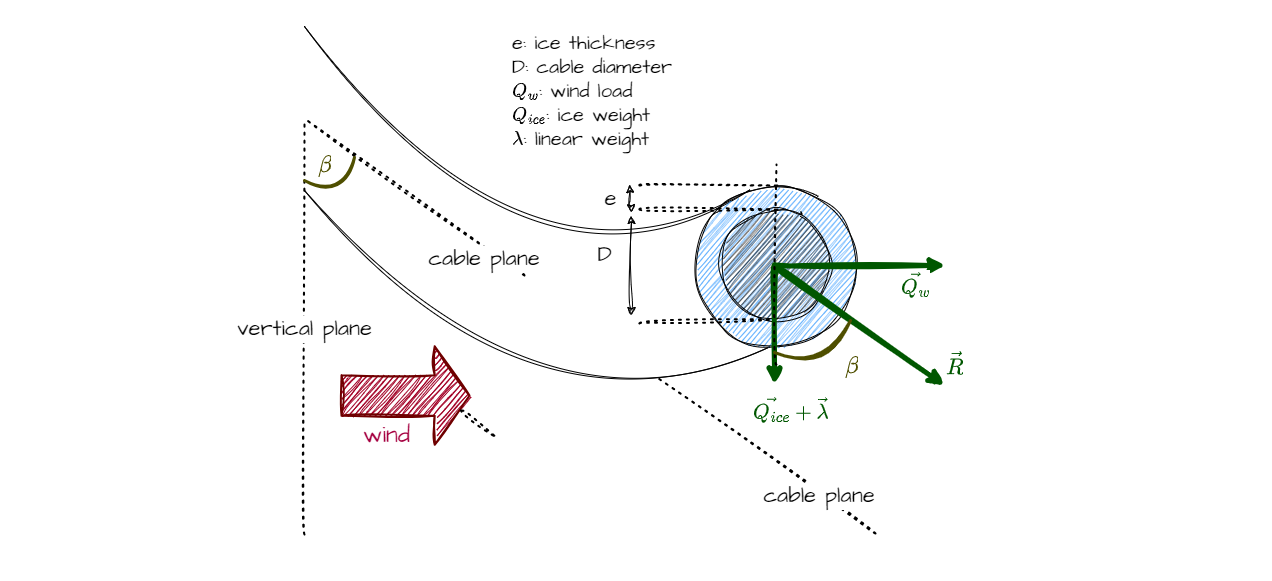
Before: docs/user_guide/assets/cable_external_loads.drawio.png, a diagram exported from draw.io (phlowers/mechaphlowers). Source tidied: cells renumbered, new cells last; positions are measured from the earlier drawing's top-left corner, leaving out a move shared by most shapes.
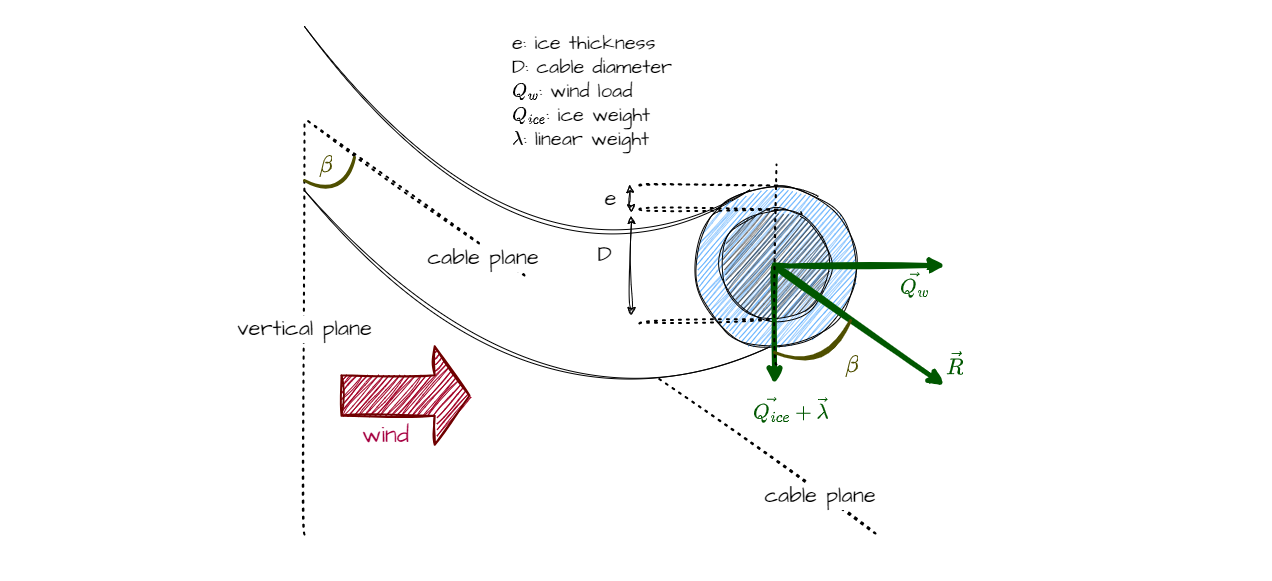
The same diagram one commit later.

Diff of the diagram source:
```diff
@@ -130,11 +130,5 @@
     <mxCell id="22" value="e: ice thickness&lt;br&gt;D: cable diameter&lt;br&gt;\(Q_w\): wind load&lt;br&gt;\(Q_{ice}\): ice weight&lt;br&gt;\(\lambda\): linear weight" style="rounded=1;whiteSpace=wrap;html=1;sketch=1;hachureGap=4;jiggle=2;curveFitting=1;fontFamily=Architects Daughter;fontSource=https%3A%2F%2Ffonts.googleapis.com%2Fcss%3Ffamily%3DArchitects%2BDaughter;fontSize=20;align=left;arcSize=14;strokeColor=none;" parent="1" vertex="1">
       <mxGeometry x="510" y="20" width="250" height="140" as="geometry" />
     </mxCell>
-    <mxCell id="23" style="endArrow=none;dashed=1;html=1;dashPattern=1 3;strokeWidth=2;sketch=1;hachureGap=4;jiggle=2;curveFitting=1;fontFamily=Architects Daughter;fontSource=https%3A%2F%2Ffonts.googleapis.com%2Fcss%3Ffamily%3DArchitects%2BDaughter;fontSize=22;curved=1;" parent="1" edge="1">
-      <mxGeometry x="-0.65" y="13" relative="1" as="geometry">
-        <mxPoint x="461" y="410" as="sourcePoint" />
-        <mxPoint x="496" y="437" as="targetPoint" />
-      </mxGeometry>
-    </mxCell>
   </root>
 </mxGraphModel>
```
